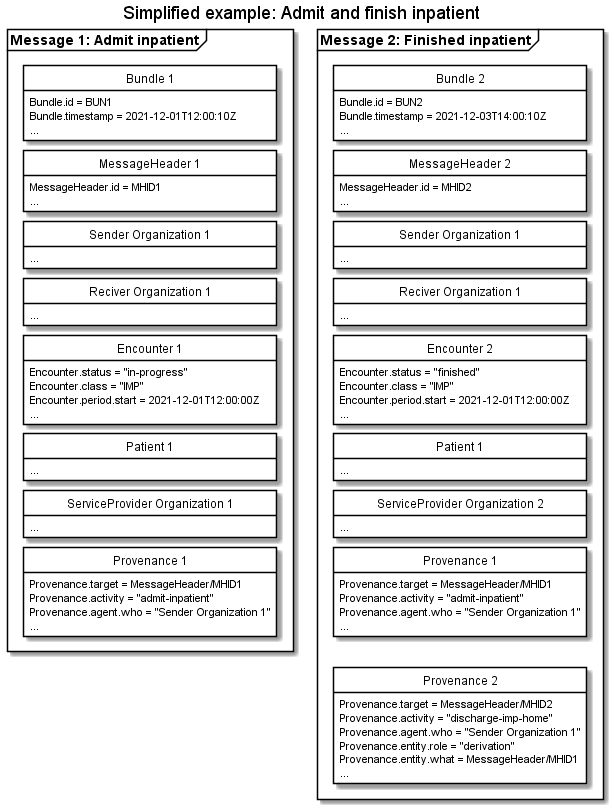
The PlantUML diagram input/images/hospitalnotification/HNAdmitFinish.png in medcomdk/dk-medcom-hospitalnotification, before a commit.
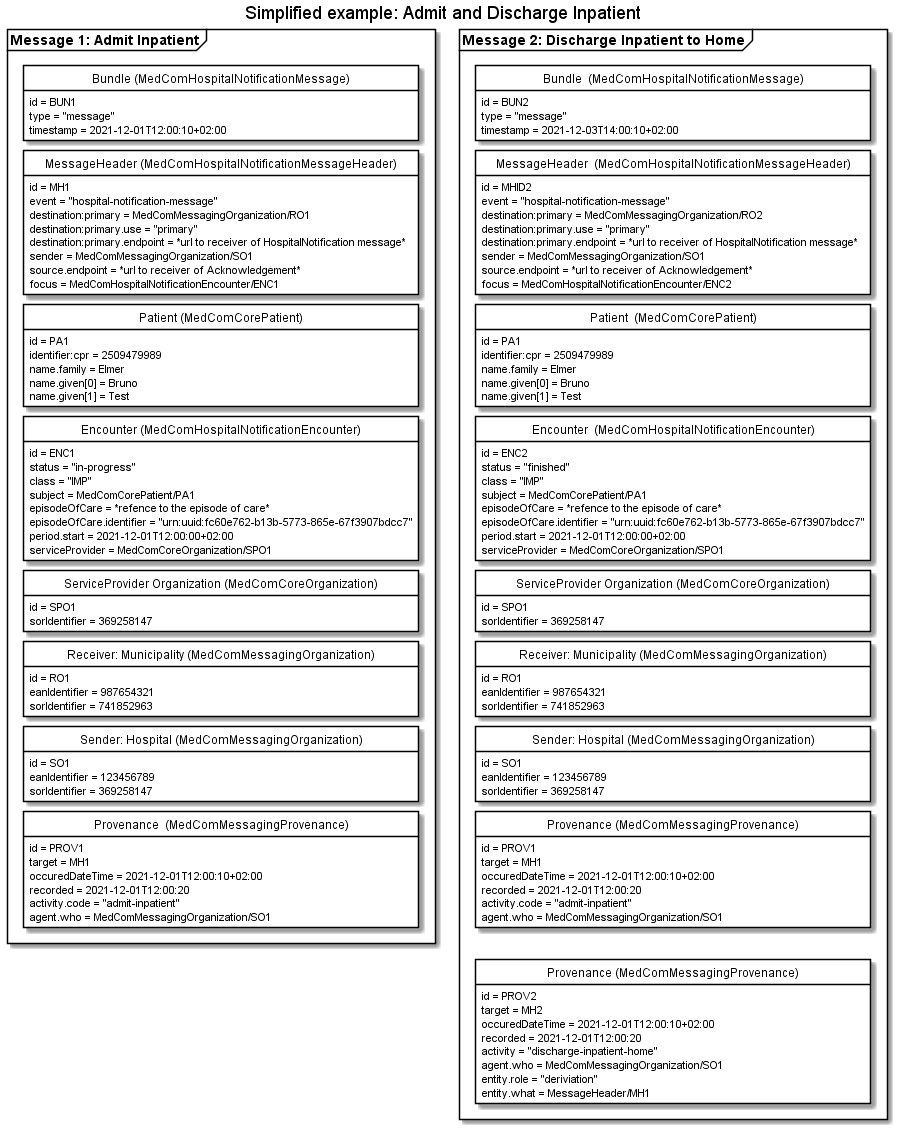
The same file after the commit.

Commit message:
Simplified examples updated

Diff of the diagram source:
```diff
@@ -11,104 +11,145 @@
 skinparam Ranksep 10
 
 
-title Simplified example: Admit and finish inpatient
+title Simplified example: Admit and Discharge Inpatient
 
-package "Message 1: Admit inpatient" as admit <<Frame>>{
-    class "Bundle 1" as admitB {
-        Bundle.id = BUN1
-        Bundle.timestamp = 2021-12-01T12:00:10Z
-        ...
+package "Message 1: Admit Inpatient" as admit <<Frame>>{
+    class "Bundle (MedComHospitalNotificationMessage)" as admitB{
+        id = BUN1
+        type = "message"
+        timestamp = 2021-12-01T12:00:10+02:00
     }
-    class "MessageHeader 1" as admitMH{
-        MessageHeader.id = MHID1
-        ...
+    class "MessageHeader (MedComHospitalNotificationMessageHeader)" as admitMH{
+        id = MH1
+        event = "hospital-notification-message"
+        destination:primary = MedComMessagingOrganization/RO1
+        destination:primary.use = "primary"
+        destination:primary.endpoint = *url to receiver of HospitalNotification message*
+        sender = MedComMessagingOrganization/SO1
+        source.endpoint = *url to receiver of Acknowledgement*
+        focus = MedComHospitalNotificationEncounter/ENC1
     }
-    class "Sender Organization 1" as admitSOrg{
-        ...
+    class "Patient (MedComCorePatient)" as admitPT{
+        id = PA1
+        identifier:cpr = 2509479989
+        name.family = Elmer
+        name.given[0] = Bruno
+        name.given[1] = Test
     }
-    class "Reciver Organization 1" as admitROrg{
-        ...
+    class "Encounter (MedComHospitalNotificationEncounter)" as admitENC{
+        id = ENC1
+        status = "in-progress"
+        class = "IMP"
+        subject = MedComCorePatient/PA1
+        episodeOfCare = *refence to the episode of care*
+        episodeOfCare.identifier = "urn:uuid:fc60e762-b13b-5773-865e-67f3907bdcc7"
+        period.start = 2021-12-01T12:00:00+02:00
+        serviceProvider = MedComCoreOrganization/SPO1
     }
-    class "Encounter 1" as admitENC{
-        Encounter.status = "in-progress"
-        Encounter.class = "IMP"
-        Encounter.period.start = 2021-12-01T12:00:00Z
-        ...
+    class "ServiceProvider Organization (MedComCoreOrganization)" as admitSPOrg{
+        id = SPO1
+        sorIdentifier = 369258147
     }
-    class "Patient 1" as admitPT{
-        ...
+    class "Receiver: Municipality (MedComMessagingOrganization)" as admitROrg{
+        id = RO1
+        eanIdentifier = 987654321
+        sorIdentifier = 741852963
     }
-    class "ServiceProvider Organization 1" as admitSPOrg{
-        ...
+    class "Sender: Hospital (MedComMessagingOrganization)" as admitSOrg{
+        id = SO1
+        eanIdentifier = 123456789
+        sorIdentifier = 369258147
     }
-    class "Provenance 1" as admitPRO{
-        Provenance.target = MessageHeader/MHID1
-        Provenance.activity = "admit-inpatient"
-        Provenance.agent.who = "Sender Organization 1"
-        ...
+    class "Provenance  (MedComMessagingProvenance)" as admitPRO{
+        id = PROV1
+        target = MH1
+        occuredDateTime = 2021-12-01T12:00:10+02:00
+        recorded = 2021-12-01T12:00:20
+        activity.code = "admit-inpatient"
+        agent.who = MedComMessagingOrganization/SO1
     }
 
 admitB -[hidden]- admitMH
-admitMH -[hidden]- admitSOrg
-admitSOrg-[hidden]-admitROrg
-admitROrg-[hidden]-admitENC
-admitENC-[hidden]-admitPT
-admitPT-[hidden]-admitSPOrg
-admitSPOrg-[hidden]-admitPRO
-
-
-
+admitMH-[hidden]-admitPT
+admitPT-[hidden]-admitENC
+admitENC-[hidden]-admitSPOrg
+admitSPOrg-[hidden]-admitROrg
+admitROrg-[hidden]-admitSOrg
+admitSOrg-[hidden]-admitPRO
 }
 
-package "Message 2: Finished inpatient" as finished <<Frame>> {
-    class "Bundle 2" as finishedB {
-        Bundle.id = BUN2
-        Bundle.timestamp = 2021-12-03T14:00:10Z
-        ...
+package "Message 2: Discharge Inpatient to Home" as finished <<Frame>>{
+    class "Bundle  (MedComHospitalNotificationMessage)" as finishedB{
+        id = BUN2
+        type = "message"
+        timestamp = 2021-12-03T14:00:10+02:00
     }
-    class "MessageHeader 2" as finishedMH{
-        MessageHeader.id = MHID2
-        ...
+    class "MessageHeader  (MedComHospitalNotificationMessageHeader)" as finishedMH{
+        id = MHID2
+        event = "hospital-notification-message"
+        destination:primary = MedComMessagingOrganization/RO2
+        destination:primary.use = "primary"
+        destination:primary.endpoint = *url to receiver of HospitalNotification message*
+        sender = MedComMessagingOrganization/SO1
+        source.endpoint = *url to receiver of Acknowledgement*
+        focus = MedComHospitalNotificationEncounter/ENC2
     }
-    class "Sender Organization 1" as finishedSOrg{
-        ...
+    class "Patient  (MedComCorePatient)" as finishedPT{
+        id = PA1
+        identifier:cpr = 2509479989
+        name.family = Elmer
+        name.given[0] = Bruno
+        name.given[1] = Test
     }
-    class "Reciver Organization 1" as finishedROrg{
-        ...
+    class "Encounter  (MedComHospitalNotificationEncounter)" as finishedENC{
+        id = ENC2
+        status = "finished"
+        class = "IMP"
+        subject = MedComCorePatient/PA1
+        episodeOfCare = *refence to the episode of care*
+        episodeOfCare.identifier = "urn:uuid:fc60e762-b13b-5773-865e-67f3907bdcc7"
+        period.start = 2021-12-01T12:00:00+02:00
+        serviceProvider = MedComCoreOrganization/SPO1
     }
-    class "Encounter 2" as finishedENC{
-        Encounter.status = "finished"
-        Encounter.class = "IMP"
-        Encounter.period.start = 2021-12-01T12:00:00Z
-        ...
+    class "ServiceProvider Organization (MedComCoreOrganization)" as finishedSPOrg{
+        id = SPO1
+        sorIdentifier = 369258147
     }
-    class "Patient 1" as finishedPT{
-        ...
+    class "Receiver: Municipality (MedComMessagingOrganization)" as finishedROrg{
+        id = RO1
+        eanIdentifier = 987654321
+        sorIdentifier = 741852963
     }
-    class "ServiceProvider Organization 2" as finishedSPOrg{
-        ...
+    class "Sender: Hospital (MedComMessagingOrganization)" as finishedSOrg{
+        id = SO1
+        eanIdentifier = 123456789
+        sorIdentifier = 369258147
     }
-    class "Provenance 1" as admitfinishedPRO{
-        Provenance.target = MessageHeader/MHID1
-        Provenance.activity = "admit-inpatient"
-        Provenance.agent.who = "Sender Organization 1"
-        ...
+    class "Provenance (MedComMessagingProvenance)" as admitfinishedPRO{
+        id = PROV1
+        target = MH1
+        occuredDateTime = 2021-12-01T12:00:10+02:00
+        recorded = 2021-12-01T12:00:20
+        activity.code = "admit-inpatient"
+        agent.who = MedComMessagingOrganization/SO1
     }
-    class "Provenance 2" as finishedPRO{
-        Provenance.target = MessageHeader/MHID2
-        Provenance.activity = "discharge-imp-home"
-        Provenance.agent.who = "Sender Organization 1"
-        Provenance.entity.role = "derivation"
-        Provenance.entity.what = MessageHeader/MHID1
-        ...
+    class "Provenance (MedComMessagingProvenance)" as finishedPRO{
+        id = PROV2
+        target = MH2
+        occuredDateTime = 2021-12-01T12:00:10+02:00
+        recorded = 2021-12-01T12:00:20
+        activity = "discharge-inpatient-home"
+        agent.who = MedComMessagingOrganization/SO1
+        entity.role = "deriviation"
+        entity.what = MessageHeader/MH1
     }
 finishedB-[hidden]-finishedMH
-finishedMH-[hidden]-finishedSOrg
-finishedSOrg-[hidden]-finishedROrg
-finishedROrg-[hidden]-finishedENC
-finishedENC-[hidden]-finishedPT
-finishedPT-[hidden]-finishedSPOrg
-finishedSPOrg-[hidden]-admitfinishedPRO
+finishedMH-[hidden]-finishedPT
+finishedPT-[hidden]-finishedENC
+finishedENC-[hidden]-finishedSPOrg
+finishedSPOrg-[hidden]-finishedROrg
+finishedROrg-[hidden]-finishedSOrg
+finishedSOrg-[hidden]-admitfinishedPRO
 admitfinishedPRO-[hidden]-finishedPRO
 
 }
```
